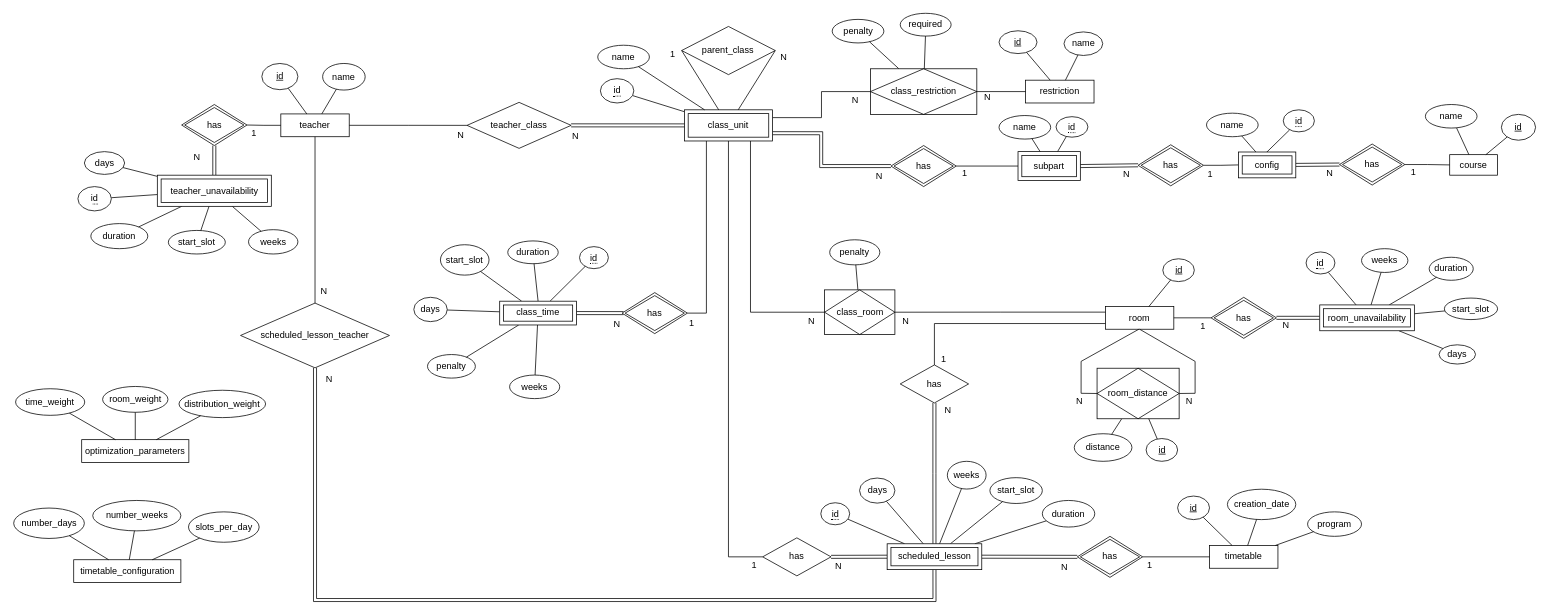
RRamos19/Master-Thesis keeps this draw.io diagram as Tese/diagramas/base_dados_agendamento.drawio. Above is the earlier version. Source tidied: cells renumbered, new cells numbered last; positions are measured from the earlier drawing's top-left corner, leaving out a move shared by most shapes. Both pictures are drawn from the tidied source at 76%, with x=0, y=0 at pixel (14, 13).
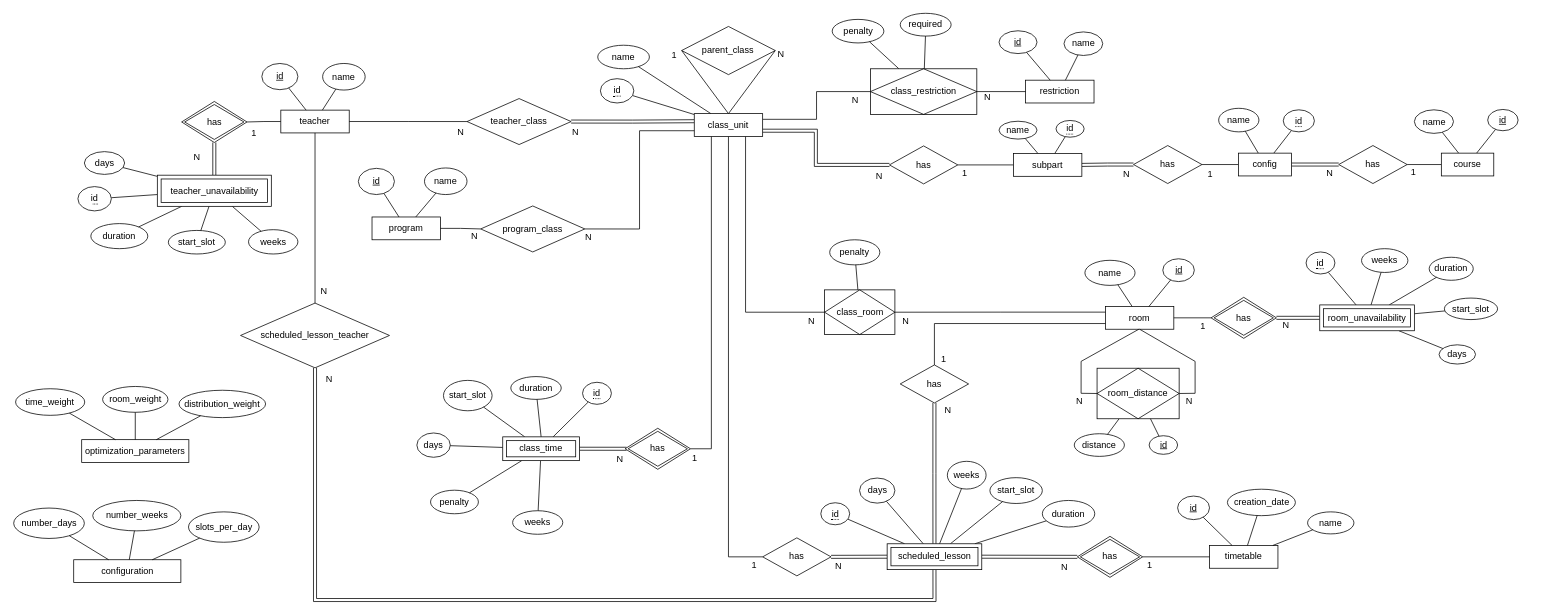
The same page after the edit.

Unchanged cells that the change refers to:
```xml
<mxCell id="24" value="room" style="rounded=0;whiteSpace=wrap;html=1;" parent="1" vertex="1">
  <mxGeometry x="1436" y="385.7" width="90" height="30" as="geometry" />
</mxCell>
<mxCell id="144" value="parent_class" style="shape=rhombus;perimeter=rhombusPerimeter;whiteSpace=wrap;html=1;align=center;" parent="1" vertex="1">
  <mxGeometry x="878.4" y="17.3" width="123.2" height="63.4" as="geometry" />
</mxCell>
<mxCell id="160" value="&lt;span style=&quot;border-bottom: 1px dotted&quot;&gt;id&lt;/span&gt;" style="ellipse;whiteSpace=wrap;html=1;align=center;" parent="1" vertex="1">
  <mxGeometry x="1670" y="127" width="41" height="29" as="geometry" />
</mxCell>
```

Diff of the diagram source:
```diff
@@
     <mxCell id="2" value="teacher" style="rounded=0;whiteSpace=wrap;html=1;" parent="1" vertex="1">
-      <mxGeometry x="351" y="132.4" width="90" height="30" as="geometry" />
+      <mxGeometry x="351" y="127.4" width="90" height="30" as="geometry" />
     </mxCell>
@@
-    <mxCell id="10" value="course" style="rounded=0;whiteSpace=wrap;html=1;" parent="1" vertex="1">
-      <mxGeometry x="1889" y="186" width="63" height="27" as="geometry" />
-    </mxCell>
     <mxCell id="11" value="&lt;u&gt;id&lt;/u&gt;" style="ellipse;whiteSpace=wrap;html=1;" parent="1" vertex="1">
-      <mxGeometry x="1957" y="133" width="45" height="34" as="geometry" />
+      <mxGeometry x="1939" y="126.5" width="40" height="28" as="geometry" />
     </mxCell>
@@
-    <mxCell id="13" style="edgeStyle=orthogonalEdgeStyle;rounded=0;jettySize=auto;html=1;entryX=0;entryY=0.5;entryDx=0;entryDy=0;endArrow=none;startFill=0;exitX=1;exitY=0.5;exitDx=0;exitDy=0;" parent="1" edge="1" source="157" target="10">
+    <mxCell id="13" style="edgeStyle=orthogonalEdgeStyle;rounded=0;jettySize=auto;html=1;entryX=0;entryY=0.5;entryDx=0;entryDy=0;endArrow=none;startFill=0;exitX=1;exitY=0.5;exitDx=0;exitDy=0;" parent="1" edge="1" source="191" target="10">
       <mxGeometry relative="1" as="geometry" />
     </mxCell>
@@
-    <mxCell id="39" style="edgeStyle=orthogonalEdgeStyle;rounded=0;jettySize=auto;html=1;endArrow=none;startFill=0;entryX=0;entryY=0.5;entryDx=0;entryDy=0;exitX=1;exitY=0.75;exitDx=0;exitDy=0;shape=link;" parent="1" edge="1" source="122" target="154">
+    <mxCell id="39" style="edgeStyle=orthogonalEdgeStyle;rounded=0;jettySize=auto;html=1;endArrow=none;startFill=0;entryX=0;entryY=0.5;entryDx=0;entryDy=0;shape=link;exitX=1;exitY=0.75;exitDx=0;exitDy=0;" parent="1" edge="1" source="122" target="189">
       <mxGeometry relative="1" as="geometry">
         <Array as="points">
-          <mxPoint x="1062" y="158" />
-          <mxPoint x="1062" y="201" />
+          <mxPoint x="1055" y="155" />
+          <mxPoint x="1055" y="200" />
         </Array>
       </mxGeometry>
     </mxCell>
@@
     <mxCell id="41" value="creation_date" style="ellipse;whiteSpace=wrap;html=1;" parent="1" vertex="1">
-      <mxGeometry x="1596.5" y="626.2" width="90" height="40" as="geometry" />
+      <mxGeometry x="1596.5" y="626.2" width="89.5" height="34.8" as="geometry" />
     </mxCell>
@@
-    <mxCell id="56" style="edgeStyle=orthogonalEdgeStyle;rounded=0;jettySize=auto;html=1;endArrow=none;startFill=0;entryX=0;entryY=0.5;entryDx=0;entryDy=0;exitX=1;exitY=0.5;exitDx=0;exitDy=0;" parent="1" edge="1" source="156" target="158">
+    <mxCell id="56" style="edgeStyle=orthogonalEdgeStyle;rounded=0;jettySize=auto;html=1;endArrow=none;startFill=0;entryX=0;entryY=0.5;entryDx=0;entryDy=0;exitX=1;exitY=0.5;exitDx=0;exitDy=0;" parent="1" edge="1" source="190" target="158">
       <mxGeometry relative="1" as="geometry" />
     </mxCell>
-    <mxCell id="57" style="edgeStyle=orthogonalEdgeStyle;rounded=0;jettySize=auto;html=1;endArrow=none;startFill=0;exitX=1;exitY=0.5;exitDx=0;exitDy=0;entryX=0;entryY=0.5;entryDx=0;entryDy=0;" parent="1" edge="1" source="154" target="155">
+    <mxCell id="57" style="edgeStyle=orthogonalEdgeStyle;rounded=0;jettySize=auto;html=1;endArrow=none;startFill=0;exitX=1;exitY=0.5;exitDx=0;exitDy=0;entryX=0;entryY=0.5;entryDx=0;entryDy=0;" parent="1" edge="1" source="189" target="155">
       <mxGeometry relative="1" as="geometry" />
     </mxCell>
@@
-    <mxCell id="73" value="timetable_configuration" style="rounded=0;whiteSpace=wrap;html=1;" parent="1" vertex="1">
+    <mxCell id="73" value="configuration" style="rounded=0;whiteSpace=wrap;html=1;" parent="1" vertex="1">
       <mxGeometry x="78.5" y="719" width="141" height="30" as="geometry" />
     </mxCell>
@@
     <mxCell id="85" value="1" style="text;html=1;align=center;verticalAlign=middle;whiteSpace=wrap;rounded=0;" parent="1" vertex="1">
-      <mxGeometry x="882" y="398" width="20" height="19.5" as="geometry" />
+      <mxGeometry x="886" y="576.5" width="20" height="19.5" as="geometry" />
     </mxCell>
     <mxCell id="86" value="N" style="text;html=1;align=center;verticalAlign=middle;whiteSpace=wrap;rounded=0;" parent="1" vertex="1">
-      <mxGeometry x="782" y="398" width="23" height="21.5" as="geometry" />
+      <mxGeometry x="786" y="576.5" width="23" height="21.5" as="geometry" />
     </mxCell>
@@
     <mxCell id="89" value="days" style="ellipse;whiteSpace=wrap;html=1;" parent="1" vertex="1">
-      <mxGeometry x="526" y="373.7" width="44" height="32" as="geometry" />
+      <mxGeometry x="530" y="552.2" width="44" height="32" as="geometry" />
     </mxCell>
     <mxCell id="90" value="start_slot" style="ellipse;whiteSpace=wrap;html=1;" parent="1" vertex="1">
-      <mxGeometry x="561" y="304.5" width="64" height="40" as="geometry" />
+      <mxGeometry x="565" y="483" width="64" height="40" as="geometry" />
     </mxCell>
     <mxCell id="91" value="duration" style="ellipse;whiteSpace=wrap;html=1;" parent="1" vertex="1">
-      <mxGeometry x="649.6" y="299.5" width="66.4" height="30" as="geometry" />
+      <mxGeometry x="653.6" y="478" width="66.4" height="30" as="geometry" />
     </mxCell>
     <mxCell id="92" value="weeks" style="ellipse;whiteSpace=wrap;html=1;" parent="1" vertex="1">
-      <mxGeometry x="652" y="476" width="66" height="31" as="geometry" />
+      <mxGeometry x="656" y="654.5" width="66" height="31" as="geometry" />
     </mxCell>
     <mxCell id="93" value="penalty" style="ellipse;whiteSpace=wrap;html=1;" parent="1" vertex="1">
-      <mxGeometry x="544" y="449" width="63" height="31" as="geometry" />
+      <mxGeometry x="548" y="627.5" width="63" height="31" as="geometry" />
     </mxCell>
@@
-    <mxCell id="111" style="endArrow=none;html=1;rounded=0;" parent="1" edge="1" source="160">
-      <mxGeometry relative="1" as="geometry">
-        <mxPoint x="1644.9" y="186" as="targetPoint" />
-      </mxGeometry>
+    <mxCell id="111" style="endArrow=none;html=1;rounded=0;" parent="1" edge="1" source="160" target="158">
+      <mxGeometry relative="1" as="geometry" />
     </mxCell>
@@
     <mxCell id="116" value="distance" style="ellipse;whiteSpace=wrap;html=1;" parent="1" vertex="1">
-      <mxGeometry x="1395" y="553.2" width="75.9" height="36.3" as="geometry" />
+      <mxGeometry x="1395" y="553.2" width="66" height="29.8" as="geometry" />
     </mxCell>
@@
     <mxCell id="118" value="teacher_class" style="shape=rhombus;perimeter=rhombusPerimeter;whiteSpace=wrap;html=1;align=center;" parent="1" vertex="1">
-      <mxGeometry x="596" y="117.2" width="137" height="60.5" as="geometry" />
+      <mxGeometry x="596" y="112.2" width="137" height="60.5" as="geometry" />
     </mxCell>
@@
-    <mxCell id="122" value="class_unit" style="shape=ext;margin=3;double=1;whiteSpace=wrap;html=1;align=center;" parent="1" vertex="1">
-      <mxGeometry x="882" y="127" width="116" height="41" as="geometry" />
-    </mxCell>
     <mxCell id="123" value="N" style="text;html=1;align=center;verticalAlign=middle;whiteSpace=wrap;rounded=0;" parent="1" vertex="1">
-      <mxGeometry x="724" y="146.5" width="30" height="30" as="geometry" />
+      <mxGeometry x="724" y="141.5" width="30" height="30" as="geometry" />
     </mxCell>
     <mxCell id="124" value="N" style="text;html=1;align=center;verticalAlign=middle;whiteSpace=wrap;rounded=0;" parent="1" vertex="1">
-      <mxGeometry x="573" y="146" width="30" height="30" as="geometry" />
+      <mxGeometry x="573" y="141" width="30" height="30" as="geometry" />
     </mxCell>
@@
-    <mxCell id="126" style="shape=link;html=1;rounded=0;exitX=1;exitY=0.5;exitDx=0;exitDy=0;entryX=0;entryY=0.5;entryDx=0;entryDy=0;" parent="1" edge="1" source="118" target="122">
+    <mxCell id="126" style="shape=link;html=1;rounded=0;exitX=1;exitY=0.5;exitDx=0;exitDy=0;entryX=0;entryY=0.333;entryDx=0;entryDy=0;entryPerimeter=0;edgeStyle=orthogonalEdgeStyle;" parent="1" edge="1" source="118" target="122">
       <mxGeometry relative="1" as="geometry" />
     </mxCell>
@@
-    <mxCell id="132" style="shape=link;html=1;rounded=0;entryX=1;entryY=0.5;entryDx=0;entryDy=0;exitX=0;exitY=0.5;exitDx=0;exitDy=0;" parent="1" edge="1" source="157" target="158">
+    <mxCell id="132" style="shape=link;html=1;rounded=0;entryX=1;entryY=0.5;entryDx=0;entryDy=0;exitX=0;exitY=0.5;exitDx=0;exitDy=0;edgeStyle=orthogonalEdgeStyle;" parent="1" edge="1" source="191" target="158">
       <mxGeometry relative="1" as="geometry" />
     </mxCell>
-    <mxCell id="133" style="shape=link;html=1;rounded=0;exitX=0;exitY=0.5;exitDx=0;exitDy=0;entryX=1;entryY=0.5;entryDx=0;entryDy=0;" parent="1" edge="1" source="156" target="155">
+    <mxCell id="133" style="shape=link;html=1;rounded=0;exitX=0;exitY=0.5;exitDx=0;exitDy=0;entryX=1;entryY=0.5;entryDx=0;entryDy=0;edgeStyle=orthogonalEdgeStyle;" parent="1" edge="1" source="190" target="155">
       <mxGeometry relative="1" as="geometry" />
     </mxCell>
@@
     <mxCell id="142" value="1" style="text;html=1;align=center;verticalAlign=middle;whiteSpace=wrap;rounded=0;" parent="1" vertex="1">
-      <mxGeometry x="852" y="39" width="30" height="30" as="geometry" />
+      <mxGeometry x="860.4" y="47" width="18" height="15" as="geometry" />
     </mxCell>
     <mxCell id="143" value="N" style="text;html=1;align=center;verticalAlign=middle;whiteSpace=wrap;rounded=0;" parent="1" vertex="1">
-      <mxGeometry x="998" y="43" width="30" height="30" as="geometry" />
+      <mxGeometry x="1001.6" y="46" width="15" height="16" as="geometry" />
     </mxCell>
@@
-    <mxCell id="145" style="endArrow=none;html=1;rounded=0;exitX=0;exitY=0.5;exitDx=0;exitDy=0;" parent="1" edge="1" source="144" target="122">
+    <mxCell id="145" style="endArrow=none;html=1;rounded=0;exitX=0;exitY=0.5;exitDx=0;exitDy=0;entryX=0.5;entryY=0;entryDx=0;entryDy=0;" parent="1" edge="1" source="144" target="122">
       <mxGeometry relative="1" as="geometry" />
     </mxCell>
-    <mxCell id="146" style="endArrow=none;html=1;rounded=0;exitX=1;exitY=0.5;exitDx=0;exitDy=0;" parent="1" edge="1" source="144" target="122">
+    <mxCell id="146" style="endArrow=none;html=1;rounded=0;exitX=1;exitY=0.5;exitDx=0;exitDy=0;entryX=0.5;entryY=0;entryDx=0;entryDy=0;" parent="1" edge="1" source="144" target="122">
       <mxGeometry relative="1" as="geometry" />
     </mxCell>
@@
-    <mxCell id="152" value="program" style="ellipse;whiteSpace=wrap;html=1;" parent="1" vertex="1">
-      <mxGeometry x="1702" y="656" width="71" height="32.2" as="geometry" />
+    <mxCell id="152" value="name" style="ellipse;whiteSpace=wrap;html=1;" parent="1" vertex="1">
+      <mxGeometry x="1702" y="656" width="61" height="29" as="geometry" />
     </mxCell>
@@
-    <mxCell id="154" value="has" style="shape=rhombus;double=1;perimeter=rhombusPerimeter;whiteSpace=wrap;html=1;align=center;" parent="1" vertex="1">
-      <mxGeometry x="1153.8" y="174" width="86" height="54" as="geometry" />
-    </mxCell>
-    <mxCell id="155" value="subpart" style="shape=ext;margin=3;double=1;whiteSpace=wrap;html=1;align=center;" parent="1" vertex="1">
-      <mxGeometry x="1321" y="182" width="82" height="38" as="geometry" />
-    </mxCell>
-    <mxCell id="156" value="has" style="shape=rhombus;double=1;perimeter=rhombusPerimeter;whiteSpace=wrap;html=1;align=center;" parent="1" vertex="1">
-      <mxGeometry x="1479" y="173" width="86" height="54" as="geometry" />
-    </mxCell>
-    <mxCell id="157" value="has" style="shape=rhombus;double=1;perimeter=rhombusPerimeter;whiteSpace=wrap;html=1;align=center;" parent="1" vertex="1">
-      <mxGeometry x="1744" y="172" width="86" height="54" as="geometry" />
-    </mxCell>
-    <mxCell id="158" value="config" style="shape=ext;margin=3;double=1;whiteSpace=wrap;html=1;align=center;" parent="1" vertex="1">
-      <mxGeometry x="1611" y="182.5" width="75.5" height="34" as="geometry" />
-    </mxCell>
     <mxCell id="159" value="&lt;span style=&quot;border-bottom: 1px dotted&quot;&gt;id&lt;/span&gt;" style="ellipse;whiteSpace=wrap;html=1;align=center;" parent="1" vertex="1">
-      <mxGeometry x="1371" y="136" width="42" height="27" as="geometry" />
+      <mxGeometry x="1371" y="141" width="37" height="22" as="geometry" />
     </mxCell>
@@
     <mxCell id="161" value="has" style="shape=rhombus;double=1;perimeter=rhombusPerimeter;whiteSpace=wrap;html=1;align=center;" parent="1" vertex="1">
-      <mxGeometry x="220.5" y="120" width="86" height="54" as="geometry" />
+      <mxGeometry x="220.5" y="116" width="86" height="54" as="geometry" />
     </mxCell>
@@
     <mxCell id="170" value="&lt;span style=&quot;border-bottom: 1px dotted&quot;&gt;id&lt;/span&gt;" style="ellipse;whiteSpace=wrap;html=1;align=center;" parent="1" vertex="1">
-      <mxGeometry x="744" y="307" width="38" height="29" as="geometry" />
+      <mxGeometry x="748" y="485.5" width="38" height="29" as="geometry" />
     </mxCell>
@@
     <mxCell id="172" value="class_time" style="shape=ext;margin=3;double=1;whiteSpace=wrap;html=1;align=center;" parent="1" vertex="1">
-      <mxGeometry x="639" y="378.8" width="101" height="31.3" as="geometry" />
+      <mxGeometry x="643" y="557.3" width="101" height="31.3" as="geometry" />
     </mxCell>
@@
     <mxCell id="176" value="has" style="shape=rhombus;double=1;perimeter=rhombusPerimeter;whiteSpace=wrap;html=1;align=center;" parent="1" vertex="1">
-      <mxGeometry x="800" y="367.5" width="86" height="54" as="geometry" />
+      <mxGeometry x="804" y="546" width="86" height="54" as="geometry" />
     </mxCell>
@@
     <mxCell id="179" value="name" style="ellipse;whiteSpace=wrap;html=1;" parent="1" vertex="1">
-      <mxGeometry x="1296" y="134.5" width="68" height="31" as="geometry" />
+      <mxGeometry x="1296" y="142" width="50" height="23.5" as="geometry" />
     </mxCell>
     <mxCell id="180" value="name" style="ellipse;whiteSpace=wrap;html=1;" parent="1" vertex="1">
-      <mxGeometry x="1569" y="131.4" width="68" height="31" as="geometry" />
+      <mxGeometry x="1585" y="125" width="53" height="31" as="geometry" />
     </mxCell>
     <mxCell id="181" value="name" style="ellipse;whiteSpace=wrap;html=1;" parent="1" vertex="1">
-      <mxGeometry x="1857" y="120" width="68" height="31" as="geometry" />
+      <mxGeometry x="1842.5" y="127" width="51.5" height="31" as="geometry" />
     </mxCell>
@@
     <mxCell id="185" value="&lt;u&gt;id&lt;/u&gt;" style="ellipse;whiteSpace=wrap;html=1;" parent="1" vertex="1">
-      <mxGeometry x="1489.5" y="559.5" width="41.5" height="30" as="geometry" />
+      <mxGeometry x="1493.5" y="555.8" width="37.5" height="24.5" as="geometry" />
     </mxCell>
@@
+    <mxCell id="187" value="name" style="ellipse;whiteSpace=wrap;html=1;" parent="1" vertex="1">
+      <mxGeometry x="1409" y="325" width="66" height="33" as="geometry" />
+    </mxCell>
+    <mxCell id="188" style="endArrow=none;html=1;rounded=0;" parent="1" edge="1" source="187" target="24">
+      <mxGeometry relative="1" as="geometry" />
+    </mxCell>
+    <mxCell id="155" value="subpart" style="rounded=0;whiteSpace=wrap;html=1;" parent="1" vertex="1">
+      <mxGeometry x="1315" y="184.5" width="90" height="30" as="geometry" />
+    </mxCell>
+    <mxCell id="158" value="config" style="rounded=0;whiteSpace=wrap;html=1;" parent="1" vertex="1">
+      <mxGeometry x="1611" y="184" width="70" height="30" as="geometry" />
+    </mxCell>
+    <mxCell id="10" value="course" style="rounded=0;whiteSpace=wrap;html=1;" parent="1" vertex="1">
+      <mxGeometry x="1878" y="184" width="69" height="30" as="geometry" />
+    </mxCell>
+    <mxCell id="189" value="has" style="shape=rhombus;perimeter=rhombusPerimeter;whiteSpace=wrap;html=1;align=center;" parent="1" vertex="1">
+      <mxGeometry x="1151.8" y="174.5" width="90" height="50" as="geometry" />
+    </mxCell>
+    <mxCell id="190" value="has" style="shape=rhombus;perimeter=rhombusPerimeter;whiteSpace=wrap;html=1;align=center;" parent="1" vertex="1">
+      <mxGeometry x="1473" y="174" width="90" height="50" as="geometry" />
+    </mxCell>
+    <mxCell id="191" value="has" style="shape=rhombus;perimeter=rhombusPerimeter;whiteSpace=wrap;html=1;align=center;" parent="1" vertex="1">
+      <mxGeometry x="1743" y="174" width="90" height="50" as="geometry" />
+    </mxCell>
+    <mxCell id="122" value="class_unit" style="rounded=0;whiteSpace=wrap;html=1;" parent="1" vertex="1">
+      <mxGeometry x="895" y="132" width="90" height="30" as="geometry" />
+    </mxCell>
+    <mxCell id="192" value="program" style="rounded=0;whiteSpace=wrap;html=1;" parent="1" vertex="1">
+      <mxGeometry x="471" y="268" width="90" height="30" as="geometry" />
+    </mxCell>
+    <mxCell id="193" value="program_class" style="shape=rhombus;perimeter=rhombusPerimeter;whiteSpace=wrap;html=1;align=center;" parent="1" vertex="1">
+      <mxGeometry x="614" y="253.5" width="137" height="60.5" as="geometry" />
+    </mxCell>
+    <mxCell id="194" style="edgeStyle=orthogonalEdgeStyle;rounded=0;jettySize=auto;html=1;endArrow=none;startFill=0;entryX=1;entryY=0.5;entryDx=0;entryDy=0;exitX=0;exitY=0.75;exitDx=0;exitDy=0;" parent="1" edge="1" source="122" target="193">
+      <mxGeometry relative="1" as="geometry" />
+    </mxCell>
+    <mxCell id="195" style="edgeStyle=orthogonalEdgeStyle;rounded=0;jettySize=auto;html=1;endArrow=none;startFill=0;entryX=0;entryY=0.5;entryDx=0;entryDy=0;exitX=1;exitY=0.5;exitDx=0;exitDy=0;" parent="1" edge="1" source="192" target="193">
+      <mxGeometry relative="1" as="geometry" />
+    </mxCell>
+    <mxCell id="196" value="N" style="text;html=1;align=center;verticalAlign=middle;whiteSpace=wrap;rounded=0;" parent="1" vertex="1">
+      <mxGeometry x="596" y="282.2" width="20" height="22" as="geometry" />
+    </mxCell>
+    <mxCell id="197" value="N" style="text;html=1;align=center;verticalAlign=middle;whiteSpace=wrap;rounded=0;" parent="1" vertex="1">
+      <mxGeometry x="746" y="283.7" width="20" height="22" as="geometry" />
+    </mxCell>
+    <mxCell id="198" value="name" style="ellipse;whiteSpace=wrap;html=1;" parent="1" vertex="1">
+      <mxGeometry x="540" y="203.5" width="56" height="35" as="geometry" />
+    </mxCell>
+    <mxCell id="199" value="&lt;u&gt;id&lt;/u&gt;" style="ellipse;whiteSpace=wrap;html=1;" parent="1" vertex="1">
+      <mxGeometry x="453" y="204" width="47.5" height="34.5" as="geometry" />
+    </mxCell>
+    <mxCell id="200" style="endArrow=none;html=1;rounded=0;" parent="1" edge="1" source="198" target="192">
+      <mxGeometry relative="1" as="geometry" />
+    </mxCell>
+    <mxCell id="201" style="endArrow=none;html=1;rounded=0;" parent="1" edge="1" source="199" target="192">
+      <mxGeometry relative="1" as="geometry" />
+    </mxCell>
```
